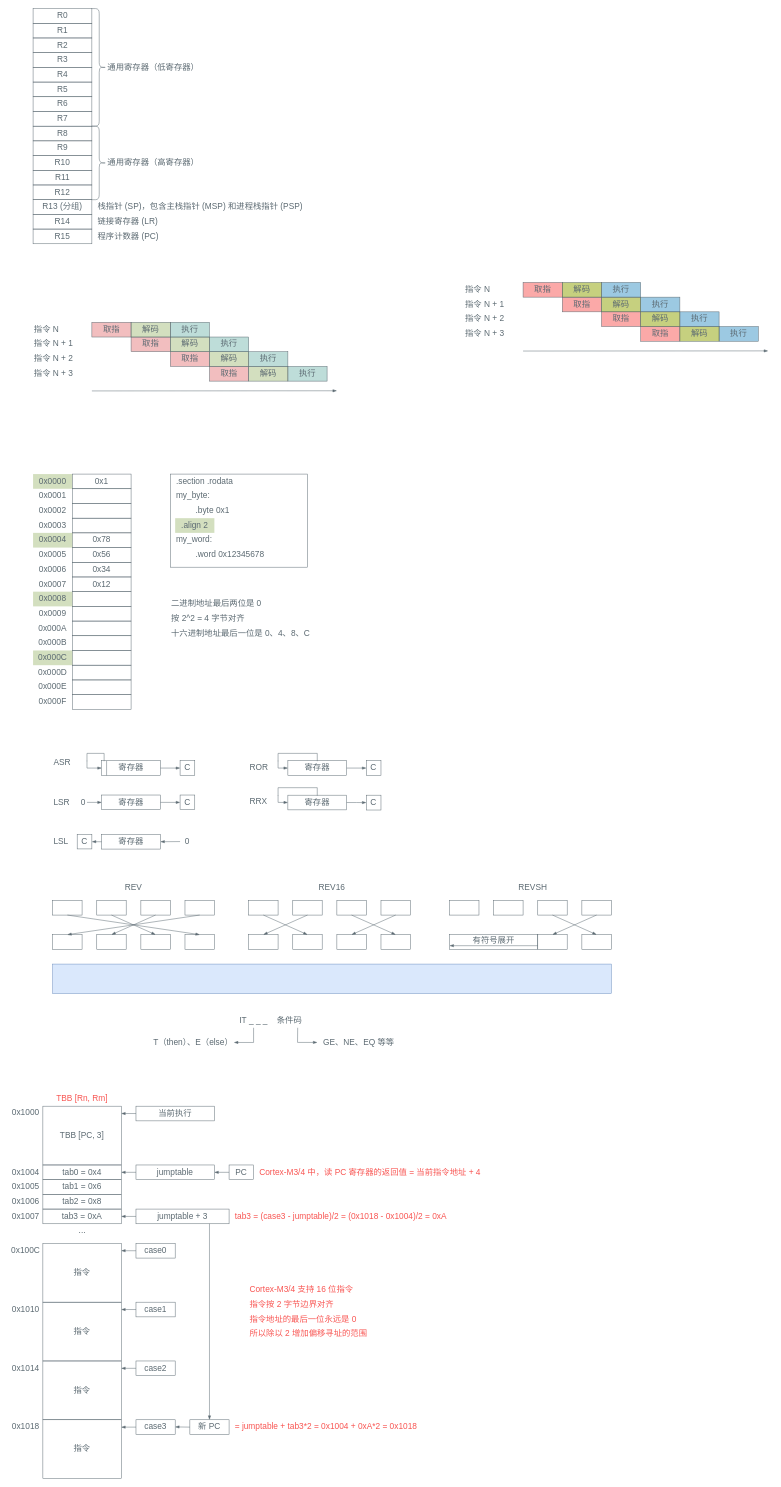
This is content/posts/cm3-assembly/cm3-assembly.drawio from kingtuo123/blog, a draw.io file, before an edit. Source tidied: cells renumbered, new cells numbered last; positions are measured from the earlier drawing's top-left corner, leaving out a move shared by most shapes. Both pictures are drawn from the tidied source at 49%, with x=0, y=0 at pixel (8, 8).
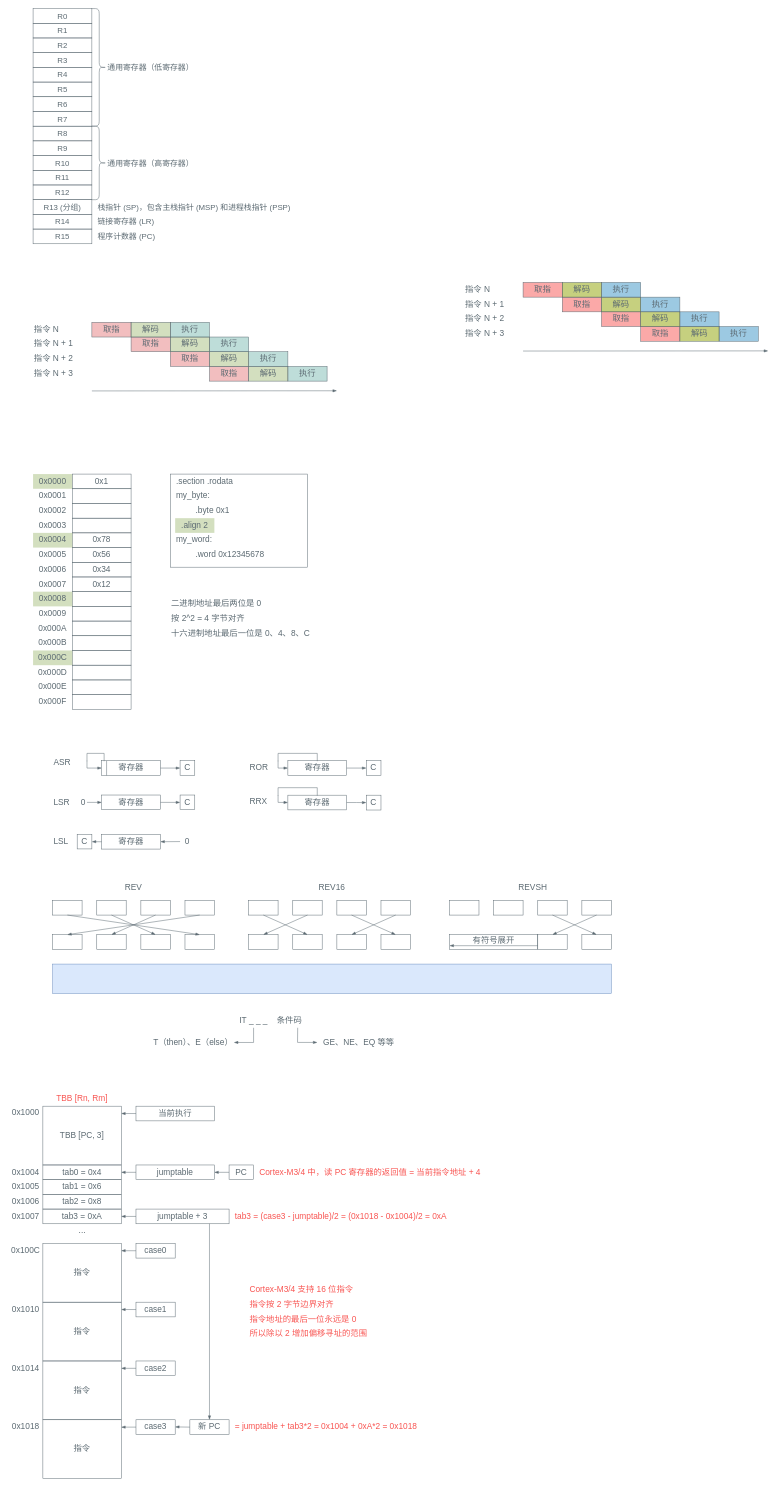
The same diagram, later.

What changed in the source:
```diff
@@
-    <mxCell id="2" value="&lt;font style=&quot;color: light-dark(rgb(92, 106, 114), rgb(211, 198, 170));&quot;&gt;R0&lt;/font&gt;" style="rounded=0;whiteSpace=wrap;html=1;strokeWidth=1;fillColor=none;strokeColor=light-dark(#5C6A72,#D3C6AA);fontColor=light-dark(#5C6A72,#FDF6E3);fillOpacity=50;fontFamily=LXGW WenKai Mono;fontSize=17;" parent="1" vertex="1">
+    <mxCell id="2" value="&lt;font style=&quot;color: light-dark(rgb(92, 106, 114), rgb(211, 198, 170));&quot;&gt;R0&lt;/font&gt;" style="rounded=0;whiteSpace=wrap;html=1;strokeWidth=1;fillColor=none;strokeColor=light-dark(#5C6A72,#D3C6AA);fontColor=light-dark(#5C6A72,#FDF6E3);fillOpacity=50;fontFamily=LXGW WenKai Mono;fontSize=16;" parent="1" vertex="1">
       <mxGeometry x="50" width="120" height="30" as="geometry" />
     </mxCell>
-    <mxCell id="3" value="&lt;font style=&quot;color: light-dark(rgb(92, 106, 114), rgb(211, 198, 170));&quot;&gt;R1&lt;/font&gt;" style="rounded=0;whiteSpace=wrap;html=1;strokeWidth=1;fillColor=none;strokeColor=light-dark(#5C6A72,#D3C6AA);fontColor=light-dark(#5C6A72,#FDF6E3);fillOpacity=50;fontFamily=LXGW WenKai Mono;fontSize=17;" parent="1" vertex="1">
+    <mxCell id="3" value="&lt;font style=&quot;color: light-dark(rgb(92, 106, 114), rgb(211, 198, 170));&quot;&gt;R1&lt;/font&gt;" style="rounded=0;whiteSpace=wrap;html=1;strokeWidth=1;fillColor=none;strokeColor=light-dark(#5C6A72,#D3C6AA);fontColor=light-dark(#5C6A72,#FDF6E3);fillOpacity=50;fontFamily=LXGW WenKai Mono;fontSize=16;" parent="1" vertex="1">
       <mxGeometry x="50" y="30" width="120" height="30" as="geometry" />
     </mxCell>
-    <mxCell id="4" value="&lt;font style=&quot;color: light-dark(rgb(92, 106, 114), rgb(211, 198, 170));&quot;&gt;R2&lt;/font&gt;" style="rounded=0;whiteSpace=wrap;html=1;strokeWidth=1;fillColor=none;strokeColor=light-dark(#5C6A72,#D3C6AA);fontColor=light-dark(#5C6A72,#FDF6E3);fillOpacity=50;fontFamily=LXGW WenKai Mono;fontSize=17;" parent="1" vertex="1">
+    <mxCell id="4" value="&lt;font style=&quot;color: light-dark(rgb(92, 106, 114), rgb(211, 198, 170));&quot;&gt;R2&lt;/font&gt;" style="rounded=0;whiteSpace=wrap;html=1;strokeWidth=1;fillColor=none;strokeColor=light-dark(#5C6A72,#D3C6AA);fontColor=light-dark(#5C6A72,#FDF6E3);fillOpacity=50;fontFamily=LXGW WenKai Mono;fontSize=16;" parent="1" vertex="1">
       <mxGeometry x="50" y="60" width="120" height="30" as="geometry" />
     </mxCell>
-    <mxCell id="5" value="&lt;font style=&quot;color: light-dark(rgb(92, 106, 114), rgb(211, 198, 170));&quot;&gt;R3&lt;/font&gt;" style="rounded=0;whiteSpace=wrap;html=1;strokeWidth=1;fillColor=none;strokeColor=light-dark(#5C6A72,#D3C6AA);fontColor=light-dark(#5C6A72,#FDF6E3);fillOpacity=50;fontFamily=LXGW WenKai Mono;fontSize=17;" parent="1" vertex="1">
+    <mxCell id="5" value="&lt;font style=&quot;color: light-dark(rgb(92, 106, 114), rgb(211, 198, 170));&quot;&gt;R3&lt;/font&gt;" style="rounded=0;whiteSpace=wrap;html=1;strokeWidth=1;fillColor=none;strokeColor=light-dark(#5C6A72,#D3C6AA);fontColor=light-dark(#5C6A72,#FDF6E3);fillOpacity=50;fontFamily=LXGW WenKai Mono;fontSize=16;" parent="1" vertex="1">
       <mxGeometry x="50" y="90" width="120" height="30" as="geometry" />
     </mxCell>
-    <mxCell id="6" value="&lt;font style=&quot;color: light-dark(rgb(92, 106, 114), rgb(211, 198, 170));&quot;&gt;R4&lt;/font&gt;" style="rounded=0;whiteSpace=wrap;html=1;strokeWidth=1;fillColor=none;strokeColor=light-dark(#5C6A72,#D3C6AA);fontColor=light-dark(#5C6A72,#FDF6E3);fillOpacity=50;fontFamily=LXGW WenKai Mono;fontSize=17;" parent="1" vertex="1">
+    <mxCell id="6" value="&lt;font style=&quot;color: light-dark(rgb(92, 106, 114), rgb(211, 198, 170));&quot;&gt;R4&lt;/font&gt;" style="rounded=0;whiteSpace=wrap;html=1;strokeWidth=1;fillColor=none;strokeColor=light-dark(#5C6A72,#D3C6AA);fontColor=light-dark(#5C6A72,#FDF6E3);fillOpacity=50;fontFamily=LXGW WenKai Mono;fontSize=16;" parent="1" vertex="1">
       <mxGeometry x="50" y="120" width="120" height="30" as="geometry" />
     </mxCell>
-    <mxCell id="7" value="&lt;font style=&quot;color: light-dark(rgb(92, 106, 114), rgb(211, 198, 170));&quot;&gt;R5&lt;/font&gt;" style="rounded=0;whiteSpace=wrap;html=1;strokeWidth=1;fillColor=none;strokeColor=light-dark(#5C6A72,#D3C6AA);fontColor=light-dark(#5C6A72,#FDF6E3);fillOpacity=50;fontFamily=LXGW WenKai Mono;fontSize=17;" parent="1" vertex="1">
+    <mxCell id="7" value="&lt;font style=&quot;color: light-dark(rgb(92, 106, 114), rgb(211, 198, 170));&quot;&gt;R5&lt;/font&gt;" style="rounded=0;whiteSpace=wrap;html=1;strokeWidth=1;fillColor=none;strokeColor=light-dark(#5C6A72,#D3C6AA);fontColor=light-dark(#5C6A72,#FDF6E3);fillOpacity=50;fontFamily=LXGW WenKai Mono;fontSize=16;" parent="1" vertex="1">
       <mxGeometry x="50" y="150" width="120" height="30" as="geometry" />
     </mxCell>
-    <mxCell id="8" value="&lt;font style=&quot;color: light-dark(rgb(92, 106, 114), rgb(211, 198, 170));&quot;&gt;R6&lt;/font&gt;" style="rounded=0;whiteSpace=wrap;html=1;strokeWidth=1;fillColor=none;strokeColor=light-dark(#5C6A72,#D3C6AA);fontColor=light-dark(#5C6A72,#FDF6E3);fillOpacity=50;fontFamily=LXGW WenKai Mono;fontSize=17;" parent="1" vertex="1">
+    <mxCell id="8" value="&lt;font style=&quot;color: light-dark(rgb(92, 106, 114), rgb(211, 198, 170));&quot;&gt;R6&lt;/font&gt;" style="rounded=0;whiteSpace=wrap;html=1;strokeWidth=1;fillColor=none;strokeColor=light-dark(#5C6A72,#D3C6AA);fontColor=light-dark(#5C6A72,#FDF6E3);fillOpacity=50;fontFamily=LXGW WenKai Mono;fontSize=16;" parent="1" vertex="1">
       <mxGeometry x="50" y="180" width="120" height="30" as="geometry" />
     </mxCell>
-    <mxCell id="9" value="&lt;font style=&quot;color: light-dark(rgb(92, 106, 114), rgb(211, 198, 170));&quot;&gt;R7&lt;/font&gt;" style="rounded=0;whiteSpace=wrap;html=1;strokeWidth=1;fillColor=none;strokeColor=light-dark(#5C6A72,#D3C6AA);fontColor=light-dark(#5C6A72,#FDF6E3);fillOpacity=50;fontFamily=LXGW WenKai Mono;fontSize=17;" parent="1" vertex="1">
+    <mxCell id="9" value="&lt;font style=&quot;color: light-dark(rgb(92, 106, 114), rgb(211, 198, 170));&quot;&gt;R7&lt;/font&gt;" style="rounded=0;whiteSpace=wrap;html=1;strokeWidth=1;fillColor=none;strokeColor=light-dark(#5C6A72,#D3C6AA);fontColor=light-dark(#5C6A72,#FDF6E3);fillOpacity=50;fontFamily=LXGW WenKai Mono;fontSize=16;" parent="1" vertex="1">
       <mxGeometry x="50" y="210" width="120" height="30" as="geometry" />
     </mxCell>
-    <mxCell id="10" value="&lt;font style=&quot;color: light-dark(rgb(92, 106, 114), rgb(211, 198, 170));&quot;&gt;R8&lt;/font&gt;" style="rounded=0;whiteSpace=wrap;html=1;strokeWidth=1;fillColor=none;strokeColor=light-dark(#5C6A72,#D3C6AA);fontColor=light-dark(#5C6A72,#FDF6E3);fillOpacity=50;fontFamily=LXGW WenKai Mono;fontSize=17;" parent="1" vertex="1">
+    <mxCell id="10" value="&lt;font style=&quot;color: light-dark(rgb(92, 106, 114), rgb(211, 198, 170));&quot;&gt;R8&lt;/font&gt;" style="rounded=0;whiteSpace=wrap;html=1;strokeWidth=1;fillColor=none;strokeColor=light-dark(#5C6A72,#D3C6AA);fontColor=light-dark(#5C6A72,#FDF6E3);fillOpacity=50;fontFamily=LXGW WenKai Mono;fontSize=16;" parent="1" vertex="1">
       <mxGeometry x="50" y="240" width="120" height="30" as="geometry" />
     </mxCell>
-    <mxCell id="11" value="&lt;font style=&quot;color: light-dark(rgb(92, 106, 114), rgb(211, 198, 170));&quot;&gt;R9&lt;/font&gt;" style="rounded=0;whiteSpace=wrap;html=1;strokeWidth=1;fillColor=none;strokeColor=light-dark(#5C6A72,#D3C6AA);fontColor=light-dark(#5C6A72,#FDF6E3);fillOpacity=50;fontFamily=LXGW WenKai Mono;fontSize=17;" parent="1" vertex="1">
+    <mxCell id="11" value="&lt;font style=&quot;color: light-dark(rgb(92, 106, 114), rgb(211, 198, 170));&quot;&gt;R9&lt;/font&gt;" style="rounded=0;whiteSpace=wrap;html=1;strokeWidth=1;fillColor=none;strokeColor=light-dark(#5C6A72,#D3C6AA);fontColor=light-dark(#5C6A72,#FDF6E3);fillOpacity=50;fontFamily=LXGW WenKai Mono;fontSize=16;" parent="1" vertex="1">
       <mxGeometry x="50" y="270" width="120" height="30" as="geometry" />
     </mxCell>
-    <mxCell id="12" value="&lt;font style=&quot;color: light-dark(rgb(92, 106, 114), rgb(211, 198, 170));&quot;&gt;R10&lt;/font&gt;" style="rounded=0;whiteSpace=wrap;html=1;strokeWidth=1;fillColor=none;strokeColor=light-dark(#5C6A72,#D3C6AA);fontColor=light-dark(#5C6A72,#FDF6E3);fillOpacity=50;fontFamily=LXGW WenKai Mono;fontSize=17;" parent="1" vertex="1">
+    <mxCell id="12" value="&lt;font style=&quot;color: light-dark(rgb(92, 106, 114), rgb(211, 198, 170));&quot;&gt;R10&lt;/font&gt;" style="rounded=0;whiteSpace=wrap;html=1;strokeWidth=1;fillColor=none;strokeColor=light-dark(#5C6A72,#D3C6AA);fontColor=light-dark(#5C6A72,#FDF6E3);fillOpacity=50;fontFamily=LXGW WenKai Mono;fontSize=16;" parent="1" vertex="1">
       <mxGeometry x="50" y="300" width="120" height="30" as="geometry" />
     </mxCell>
-    <mxCell id="13" value="&lt;font style=&quot;color: light-dark(rgb(92, 106, 114), rgb(211, 198, 170));&quot;&gt;R11&lt;/font&gt;" style="rounded=0;whiteSpace=wrap;html=1;strokeWidth=1;fillColor=none;strokeColor=light-dark(#5C6A72,#D3C6AA);fontColor=light-dark(#5C6A72,#FDF6E3);fillOpacity=50;fontFamily=LXGW WenKai Mono;fontSize=17;" parent="1" vertex="1">
+    <mxCell id="13" value="&lt;font style=&quot;color: light-dark(rgb(92, 106, 114), rgb(211, 198, 170));&quot;&gt;R11&lt;/font&gt;" style="rounded=0;whiteSpace=wrap;html=1;strokeWidth=1;fillColor=none;strokeColor=light-dark(#5C6A72,#D3C6AA);fontColor=light-dark(#5C6A72,#FDF6E3);fillOpacity=50;fontFamily=LXGW WenKai Mono;fontSize=16;" parent="1" vertex="1">
       <mxGeometry x="50" y="330" width="120" height="30" as="geometry" />
     </mxCell>
-    <mxCell id="14" value="&lt;font style=&quot;color: light-dark(rgb(92, 106, 114), rgb(211, 198, 170));&quot;&gt;R12&lt;/font&gt;" style="rounded=0;whiteSpace=wrap;html=1;strokeWidth=1;fillColor=none;strokeColor=light-dark(#5C6A72,#D3C6AA);fontColor=light-dark(#5C6A72,#FDF6E3);fillOpacity=50;fontFamily=LXGW WenKai Mono;fontSize=17;" parent="1" vertex="1">
+    <mxCell id="14" value="&lt;font style=&quot;color: light-dark(rgb(92, 106, 114), rgb(211, 198, 170));&quot;&gt;R12&lt;/font&gt;" style="rounded=0;whiteSpace=wrap;html=1;strokeWidth=1;fillColor=none;strokeColor=light-dark(#5C6A72,#D3C6AA);fontColor=light-dark(#5C6A72,#FDF6E3);fillOpacity=50;fontFamily=LXGW WenKai Mono;fontSize=16;" parent="1" vertex="1">
       <mxGeometry x="50" y="360" width="120" height="30" as="geometry" />
     </mxCell>
-    <mxCell id="15" value="&lt;font style=&quot;color: light-dark(rgb(92, 106, 114), rgb(211, 198, 170));&quot;&gt;R13 (分组)&lt;/font&gt;" style="rounded=0;whiteSpace=wrap;html=1;strokeWidth=1;fillColor=none;strokeColor=light-dark(#5C6A72,#D3C6AA);fontColor=light-dark(#5C6A72,#FDF6E3);fillOpacity=50;fontFamily=LXGW WenKai Mono;fontSize=17;" parent="1" vertex="1">
+    <mxCell id="15" value="&lt;font style=&quot;color: light-dark(rgb(92, 106, 114), rgb(211, 198, 170));&quot;&gt;R13 (分组)&lt;/font&gt;" style="rounded=0;whiteSpace=wrap;html=1;strokeWidth=1;fillColor=none;strokeColor=light-dark(#5C6A72,#D3C6AA);fontColor=light-dark(#5C6A72,#FDF6E3);fillOpacity=50;fontFamily=LXGW WenKai Mono;fontSize=16;" parent="1" vertex="1">
       <mxGeometry x="50" y="390" width="120" height="30" as="geometry" />
     </mxCell>
-    <mxCell id="16" value="&lt;font style=&quot;color: light-dark(rgb(92, 106, 114), rgb(211, 198, 170));&quot;&gt;R14&lt;/font&gt;" style="rounded=0;whiteSpace=wrap;html=1;strokeWidth=1;fillColor=none;strokeColor=light-dark(#5C6A72,#D3C6AA);fontColor=light-dark(#5C6A72,#FDF6E3);fillOpacity=50;fontFamily=LXGW WenKai Mono;fontSize=17;" parent="1" vertex="1">
+    <mxCell id="16" value="&lt;font style=&quot;color: light-dark(rgb(92, 106, 114), rgb(211, 198, 170));&quot;&gt;R14&lt;/font&gt;" style="rounded=0;whiteSpace=wrap;html=1;strokeWidth=1;fillColor=none;strokeColor=light-dark(#5C6A72,#D3C6AA);fontColor=light-dark(#5C6A72,#FDF6E3);fillOpacity=50;fontFamily=LXGW WenKai Mono;fontSize=16;" parent="1" vertex="1">
       <mxGeometry x="50" y="420" width="120" height="30" as="geometry" />
     </mxCell>
-    <mxCell id="17" value="&lt;font style=&quot;color: light-dark(rgb(92, 106, 114), rgb(211, 198, 170));&quot;&gt;R15&lt;/font&gt;" style="rounded=0;whiteSpace=wrap;html=1;strokeWidth=1;fillColor=none;strokeColor=light-dark(#5C6A72,#D3C6AA);fontColor=light-dark(#5C6A72,#FDF6E3);fillOpacity=50;fontFamily=LXGW WenKai Mono;fontSize=17;" parent="1" vertex="1">
+    <mxCell id="17" value="&lt;font style=&quot;color: light-dark(rgb(92, 106, 114), rgb(211, 198, 170));&quot;&gt;R15&lt;/font&gt;" style="rounded=0;whiteSpace=wrap;html=1;strokeWidth=1;fillColor=none;strokeColor=light-dark(#5C6A72,#D3C6AA);fontColor=light-dark(#5C6A72,#FDF6E3);fillOpacity=50;fontFamily=LXGW WenKai Mono;fontSize=16;" parent="1" vertex="1">
       <mxGeometry x="50" y="450" width="120" height="30" as="geometry" />
     </mxCell>
-    <mxCell id="18" style="shape=curlyBracket;whiteSpace=wrap;html=1;rounded=1;flipH=1;labelPosition=right;verticalLabelPosition=middle;align=left;verticalAlign=middle;strokeColor=light-dark(#5C6A72,#D3C6AA);fontColor=light-dark(#5C6A72,#FDF6E3);fontFamily=LXGW WenKai Mono;fillColor=none;fontSize=17;" parent="1" vertex="1">
+    <mxCell id="18" style="shape=curlyBracket;whiteSpace=wrap;html=1;rounded=1;flipH=1;labelPosition=right;verticalLabelPosition=middle;align=left;verticalAlign=middle;strokeColor=light-dark(#5C6A72,#D3C6AA);fontColor=light-dark(#5C6A72,#FDF6E3);fontFamily=LXGW WenKai Mono;fillColor=none;fontSize=16;" parent="1" vertex="1">
       <mxGeometry x="170" width="30" height="240" as="geometry" />
     </mxCell>
-    <mxCell id="19" style="shape=curlyBracket;whiteSpace=wrap;html=1;rounded=1;flipH=1;labelPosition=right;verticalLabelPosition=middle;align=left;verticalAlign=middle;strokeColor=light-dark(#5C6A72,#D3C6AA);fontColor=light-dark(#5C6A72,#FDF6E3);fontFamily=LXGW WenKai Mono;fillColor=none;fontSize=17;" parent="1" vertex="1">
+    <mxCell id="19" style="shape=curlyBracket;whiteSpace=wrap;html=1;rounded=1;flipH=1;labelPosition=right;verticalLabelPosition=middle;align=left;verticalAlign=middle;strokeColor=light-dark(#5C6A72,#D3C6AA);fontColor=light-dark(#5C6A72,#FDF6E3);fontFamily=LXGW WenKai Mono;fillColor=none;fontSize=16;" parent="1" vertex="1">
       <mxGeometry x="170" y="240" width="30" height="150" as="geometry" />
     </mxCell>
-    <mxCell id="20" value="&lt;span style=&quot;text-wrap-mode: nowrap;&quot;&gt;&lt;font style=&quot;color: light-dark(rgb(92, 106, 114), rgb(211, 198, 170));&quot;&gt;程序计数器 (PC)&lt;/font&gt;&lt;/span&gt;" style="rounded=0;whiteSpace=wrap;html=1;strokeWidth=1;fillColor=none;strokeColor=none;fontColor=light-dark(#5C6A72,#FDF6E3);fillOpacity=50;fontFamily=LXGW WenKai Mono;align=left;fontSize=17;" parent="1" vertex="1">
+    <mxCell id="20" value="&lt;span style=&quot;text-wrap-mode: nowrap;&quot;&gt;&lt;font style=&quot;color: light-dark(rgb(92, 106, 114), rgb(211, 198, 170));&quot;&gt;程序计数器 (PC)&lt;/font&gt;&lt;/span&gt;" style="rounded=0;whiteSpace=wrap;html=1;strokeWidth=1;fillColor=none;strokeColor=none;fontColor=light-dark(#5C6A72,#FDF6E3);fillOpacity=50;fontFamily=LXGW WenKai Mono;align=left;fontSize=16;" parent="1" vertex="1">
       <mxGeometry x="180" y="455" width="150" height="20" as="geometry" />
     </mxCell>
-    <mxCell id="21" value="&lt;span style=&quot;text-wrap-mode: nowrap;&quot;&gt;&lt;font style=&quot;color: light-dark(rgb(92, 106, 114), rgb(211, 198, 170));&quot;&gt;链接寄存器 (LR)&lt;/font&gt;&lt;/span&gt;" style="rounded=0;whiteSpace=wrap;html=1;strokeWidth=1;fillColor=none;strokeColor=none;fontColor=light-dark(#5C6A72,#FDF6E3);fillOpacity=50;fontFamily=LXGW WenKai Mono;align=left;fontSize=17;" parent="1" vertex="1">
+    <mxCell id="21" value="&lt;span style=&quot;text-wrap-mode: nowrap;&quot;&gt;&lt;font style=&quot;color: light-dark(rgb(92, 106, 114), rgb(211, 198, 170));&quot;&gt;链接寄存器 (LR)&lt;/font&gt;&lt;/span&gt;" style="rounded=0;whiteSpace=wrap;html=1;strokeWidth=1;fillColor=none;strokeColor=none;fontColor=light-dark(#5C6A72,#FDF6E3);fillOpacity=50;fontFamily=LXGW WenKai Mono;align=left;fontSize=16;" parent="1" vertex="1">
       <mxGeometry x="180" y="425" width="150" height="20" as="geometry" />
     </mxCell>
-    <mxCell id="22" value="&lt;span style=&quot;text-wrap-mode: nowrap;&quot;&gt;&lt;font style=&quot;color: light-dark(rgb(92, 106, 114), rgb(211, 198, 170));&quot;&gt;栈指针 (SP)，包含主栈指针 (MSP) 和进程栈指针 (PSP)&lt;/font&gt;&lt;/span&gt;" style="rounded=0;whiteSpace=wrap;html=1;strokeWidth=1;fillColor=none;strokeColor=none;fontColor=light-dark(#5C6A72,#FDF6E3);fillOpacity=50;fontFamily=LXGW WenKai Mono;align=left;fontSize=17;" parent="1" vertex="1">
+    <mxCell id="22" value="&lt;span style=&quot;text-wrap-mode: nowrap;&quot;&gt;&lt;font style=&quot;color: light-dark(rgb(92, 106, 114), rgb(211, 198, 170));&quot;&gt;栈指针 (SP)，包含主栈指针 (MSP) 和进程栈指针 (PSP)&lt;/font&gt;&lt;/span&gt;" style="rounded=0;whiteSpace=wrap;html=1;strokeWidth=1;fillColor=none;strokeColor=none;fontColor=light-dark(#5C6A72,#FDF6E3);fillOpacity=50;fontFamily=LXGW WenKai Mono;align=left;fontSize=16;" parent="1" vertex="1">
       <mxGeometry x="180" y="395" width="400" height="20" as="geometry" />
     </mxCell>
-    <mxCell id="23" value="&lt;span style=&quot;text-wrap-mode: nowrap;&quot;&gt;&lt;font style=&quot;color: light-dark(rgb(92, 106, 114), rgb(211, 198, 170));&quot;&gt;通用寄存器（高寄存器）&lt;/font&gt;&lt;/span&gt;" style="rounded=0;whiteSpace=wrap;html=1;strokeWidth=1;fillColor=none;strokeColor=none;fontColor=light-dark(#5C6A72,#FDF6E3);fillOpacity=50;fontFamily=LXGW WenKai Mono;align=left;fontSize=17;" parent="1" vertex="1">
+    <mxCell id="23" value="&lt;span style=&quot;text-wrap-mode: nowrap;&quot;&gt;&lt;font style=&quot;color: light-dark(rgb(92, 106, 114), rgb(211, 198, 170));&quot;&gt;通用寄存器（高寄存器）&lt;/font&gt;&lt;/span&gt;" style="rounded=0;whiteSpace=wrap;html=1;strokeWidth=1;fillColor=none;strokeColor=none;fontColor=light-dark(#5C6A72,#FDF6E3);fillOpacity=50;fontFamily=LXGW WenKai Mono;align=left;fontSize=16;" parent="1" vertex="1">
       <mxGeometry x="200" y="305" width="170" height="20" as="geometry" />
     </mxCell>
-    <mxCell id="24" value="&lt;span style=&quot;text-wrap-mode: nowrap;&quot;&gt;&lt;font style=&quot;color: light-dark(rgb(92, 106, 114), rgb(211, 198, 170));&quot;&gt;通用寄存器（低寄存器）&lt;/font&gt;&lt;/span&gt;" style="rounded=0;whiteSpace=wrap;html=1;strokeWidth=1;fillColor=none;strokeColor=none;fontColor=light-dark(#5C6A72,#FDF6E3);fillOpacity=50;fontFamily=LXGW WenKai Mono;align=left;fontSize=17;" parent="1" vertex="1">
+    <mxCell id="24" value="&lt;span style=&quot;text-wrap-mode: nowrap;&quot;&gt;&lt;font style=&quot;color: light-dark(rgb(92, 106, 114), rgb(211, 198, 170));&quot;&gt;通用寄存器（低寄存器）&lt;/font&gt;&lt;/span&gt;" style="rounded=0;whiteSpace=wrap;html=1;strokeWidth=1;fillColor=none;strokeColor=none;fontColor=light-dark(#5C6A72,#FDF6E3);fillOpacity=50;fontFamily=LXGW WenKai Mono;align=left;fontSize=16;" parent="1" vertex="1">
       <mxGeometry x="200" y="110" width="170" height="20" as="geometry" />
     </mxCell>
```
